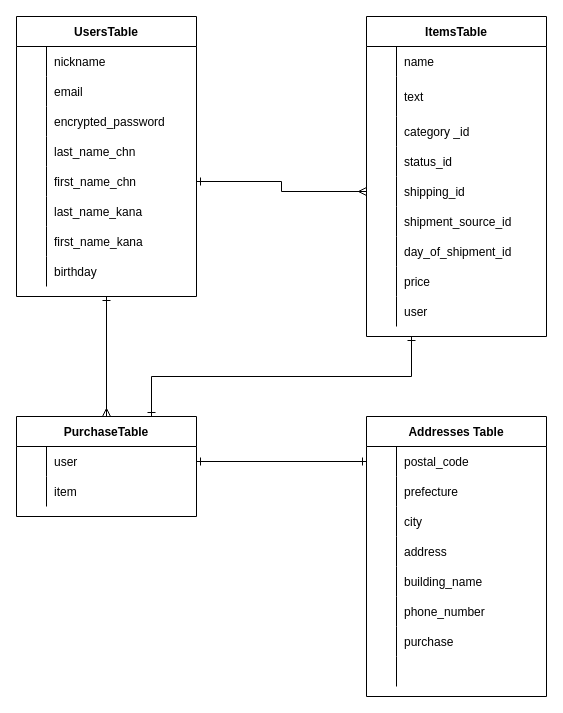
Earlier version of the draw.io diagram furima-31646.dio (kawashima-mozart/furima-31646). Source tidied: cells renumbered, new cells numbered last; positions are measured from the earlier drawing's top-left corner, leaving out a move shared by most shapes. Both pictures are drawn from the tidied source at 100%, with x=0, y=0 at pixel (16, 16).
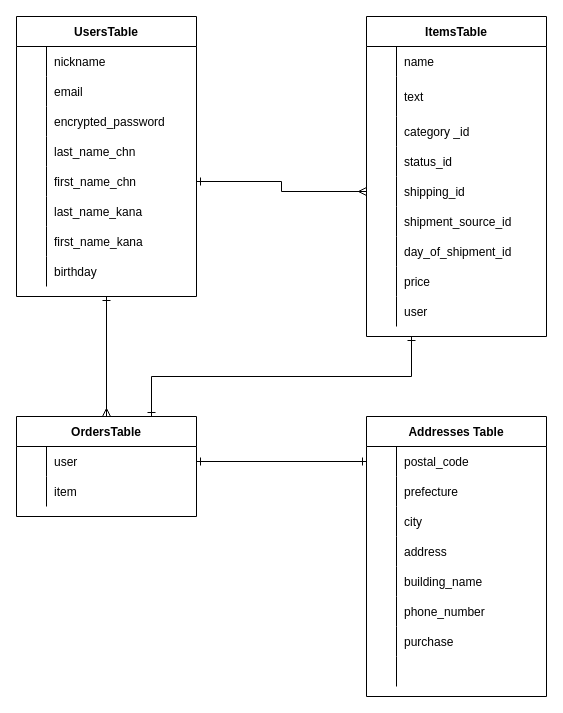
The same page after the edit.

What changed in the source:
```diff
@@
-    <mxCell id="58" value="PurchaseTable" style="shape=table;startSize=30;childLayout=tableLayout;rowLines=0;fontStyle=1;align=center;" parent="1" vertex="1">
+    <mxCell id="58" value="OrdersTable" style="shape=table;startSize=30;childLayout=tableLayout;rowLines=0;fontStyle=1;align=center;" parent="1" vertex="1">
       <mxGeometry y="400" width="180" height="100" as="geometry" />
     </mxCell>
```
